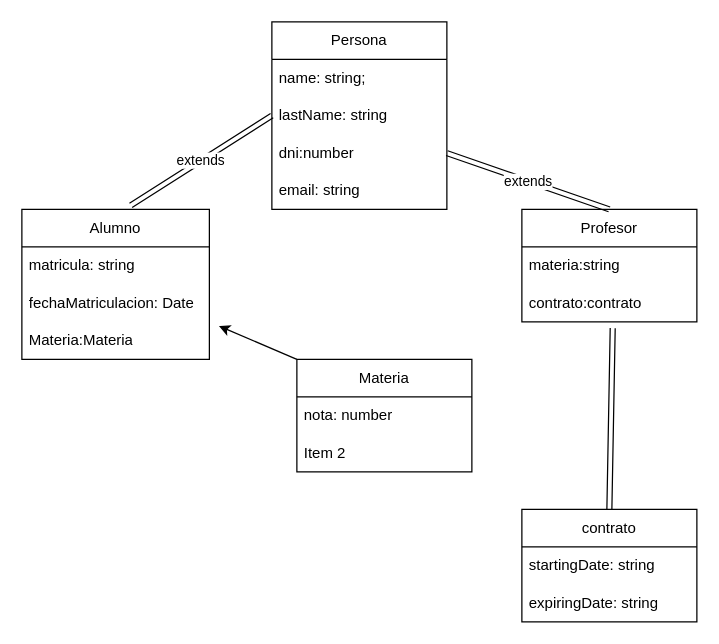
The draw.io diagram trabajo-integrador/src/Dibujo.dio in EnriqueKloosterman/trabajo-integrador-segundo-cuatrimestre-fullstack-cepit, before the edit. Source tidied: cells renumbered, new cells numbered last; positions are measured from the earlier drawing's top-left corner, leaving out a move shared by most shapes. Both pictures are drawn from the tidied source at 125%, with x=0, y=0 at pixel (21, 21).
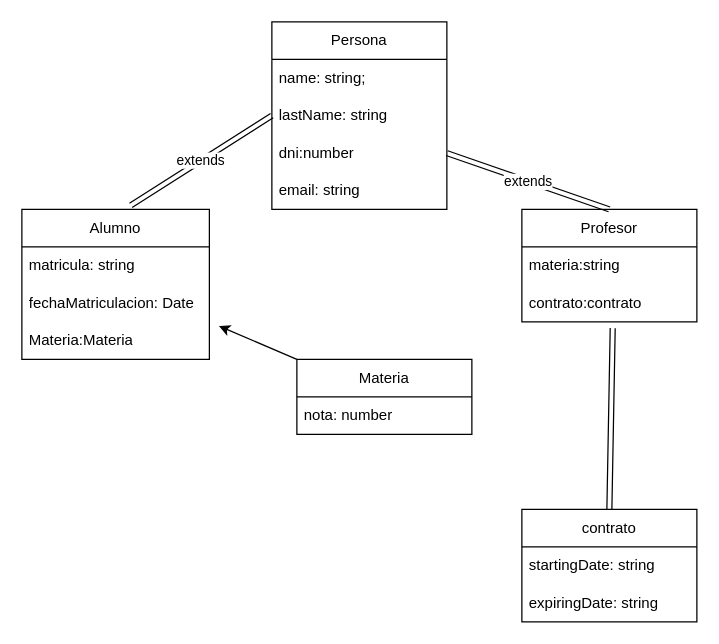
Above is the later version.

Commit message:
agrego diagrama de flujo

The edit, as a diff of the source:
```diff
@@
     <mxCell id="8" value="Materia" style="swimlane;fontStyle=0;horizontal=1;startSize=30;whiteSpace=wrap;html=1;" parent="1" vertex="1">
-      <mxGeometry x="220" y="270" width="140" height="90" as="geometry" />
+      <mxGeometry x="220" y="270" width="140" height="60" as="geometry" />
     </mxCell>
@@
-    <mxCell id="10" value="Item 2" style="text;strokeColor=none;fillColor=none;align=left;verticalAlign=middle;spacingLeft=4;spacingRight=4;overflow=hidden;whiteSpace=wrap;html=1;" parent="8" vertex="1">
-      <mxGeometry y="60" width="140" height="30" as="geometry" />
-    </mxCell>
```
